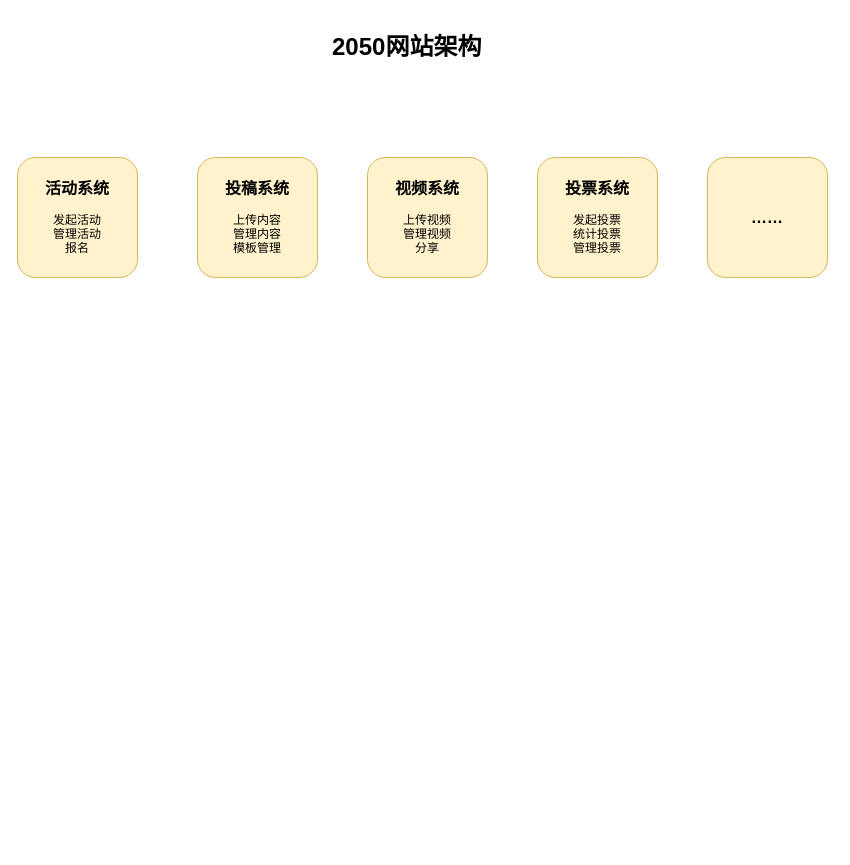
Before: docs/ProductDoc/2050网站架构.drawio in sunny0826/document, a draw.io diagram. Source tidied: cells renumbered, new cells numbered last; positions are measured from the earlier drawing's top-left corner, leaving out a move shared by most shapes. Both pictures are drawn from the tidied source at 100%, with x=0, y=0 at pixel (17, 27).
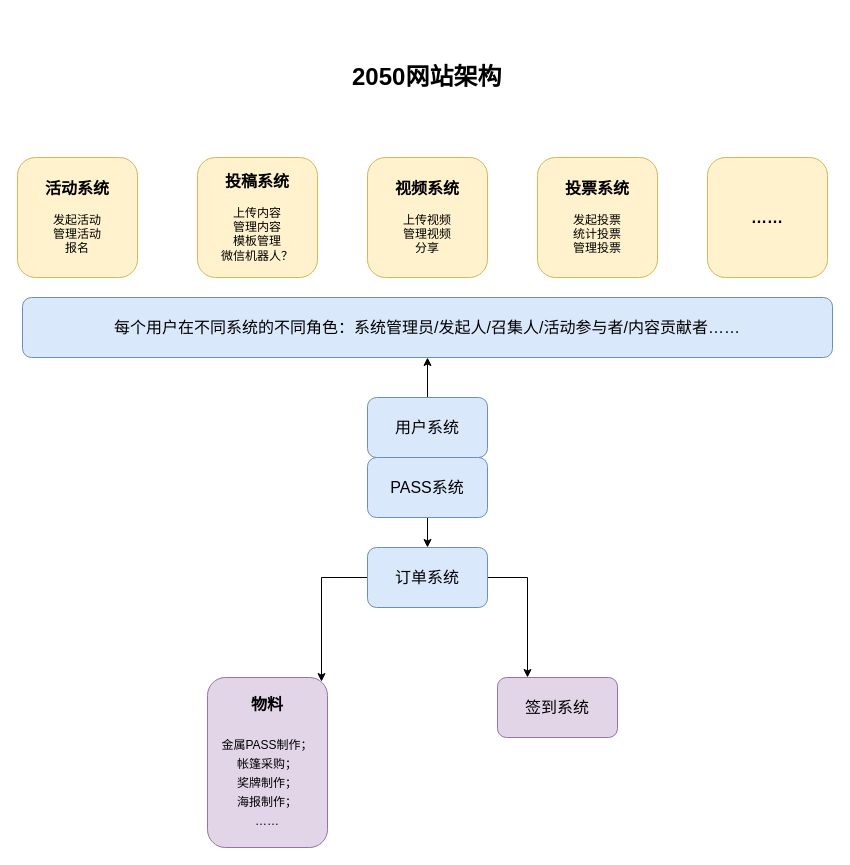
After the change.

Change to the diagram source:
```diff
@@
 <mxGraphModel>
   <root>
     <mxCell id="0" />
     <mxCell id="1" parent="0" />
     <mxCell id="2" value="&lt;h1&gt;2050网站架构&lt;/h1&gt;" style="text;html=1;strokeColor=none;fillColor=none;spacing=5;spacingTop=-20;whiteSpace=wrap;overflow=hidden;rounded=0;" parent="1" vertex="1">
-      <mxGeometry x="310" width="190" height="50" as="geometry" />
+      <mxGeometry x="330" y="30" width="190" height="50" as="geometry" />
     </mxCell>
     <mxCell id="3" value="&lt;font style=&quot;font-size: 16px&quot;&gt;&lt;b&gt;活动系统&lt;/b&gt;&lt;/font&gt;&lt;br&gt;&lt;br&gt;发起活动&lt;br&gt;管理活动&lt;br&gt;报名" style="rounded=1;whiteSpace=wrap;html=1;fillColor=#fff2cc;strokeColor=#d6b656;" parent="1" vertex="1">
       <mxGeometry y="130" width="120" height="120" as="geometry" />
     </mxCell>
-    <mxCell id="4" value="&lt;font style=&quot;font-size: 16px&quot;&gt;&lt;b&gt;投稿系统&lt;/b&gt;&lt;/font&gt;&lt;br&gt;&lt;br&gt;上传内容&lt;br&gt;管理内容&lt;br&gt;模板管理" style="rounded=1;whiteSpace=wrap;html=1;fillColor=#fff2cc;strokeColor=#d6b656;" parent="1" vertex="1">
+    <mxCell id="4" value="&lt;font style=&quot;font-size: 16px&quot;&gt;&lt;b&gt;投稿系统&lt;/b&gt;&lt;/font&gt;&lt;br&gt;&lt;br&gt;上传内容&lt;br&gt;管理内容&lt;br&gt;模板管理&lt;br&gt;微信机器人？" style="rounded=1;whiteSpace=wrap;html=1;fillColor=#fff2cc;strokeColor=#d6b656;" parent="1" vertex="1">
       <mxGeometry x="180" y="130" width="120" height="120" as="geometry" />
     </mxCell>
     <mxCell id="5" value="&lt;font style=&quot;font-size: 16px&quot;&gt;&lt;b&gt;视频系统&lt;/b&gt;&lt;/font&gt;&lt;br&gt;&lt;br&gt;上传视频&lt;br&gt;管理视频&lt;br&gt;分享" style="rounded=1;whiteSpace=wrap;html=1;fillColor=#fff2cc;strokeColor=#d6b656;" parent="1" vertex="1">
       <mxGeometry x="350" y="130" width="120" height="120" as="geometry" />
     </mxCell>
     <mxCell id="6" value="&lt;font style=&quot;font-size: 16px&quot;&gt;&lt;b&gt;投票系统&lt;/b&gt;&lt;/font&gt;&lt;br&gt;&lt;br&gt;发起投票&lt;br&gt;统计投票&lt;br&gt;管理投票" style="rounded=1;whiteSpace=wrap;html=1;fillColor=#fff2cc;strokeColor=#d6b656;" parent="1" vertex="1">
       <mxGeometry x="520" y="130" width="120" height="120" as="geometry" />
     </mxCell>
     <mxCell id="7" value="&lt;span style=&quot;font-size: 16px&quot;&gt;&lt;b&gt;……&lt;/b&gt;&lt;/span&gt;" style="rounded=1;whiteSpace=wrap;html=1;fillColor=#fff2cc;strokeColor=#d6b656;" parent="1" vertex="1">
       <mxGeometry x="690" y="130" width="120" height="120" as="geometry" />
     </mxCell>
+    <mxCell id="8" style="edgeStyle=orthogonalEdgeStyle;rounded=0;jettySize=auto;html=1;fontSize=12;endArrow=none;endFill=0;" parent="1" edge="1" source="10" target="12">
+      <mxGeometry relative="1" as="geometry" />
+    </mxCell>
+    <mxCell id="9" style="edgeStyle=orthogonalEdgeStyle;rounded=0;jettySize=auto;html=1;fontSize=12;endArrow=classic;endFill=1;" parent="1" edge="1" source="10" target="18">
+      <mxGeometry relative="1" as="geometry" />
+    </mxCell>
+    <mxCell id="10" value="用户系统" style="rounded=1;whiteSpace=wrap;html=1;fontSize=16;fillColor=#dae8fc;strokeColor=#6c8ebf;" parent="1" vertex="1">
+      <mxGeometry x="350" y="370" width="120" height="60" as="geometry" />
+    </mxCell>
+    <mxCell id="11" style="edgeStyle=orthogonalEdgeStyle;rounded=0;jettySize=auto;html=1;fontSize=12;" parent="1" edge="1" source="12" target="15">
+      <mxGeometry relative="1" as="geometry" />
+    </mxCell>
+    <mxCell id="12" value="PASS系统" style="rounded=1;whiteSpace=wrap;html=1;fontSize=16;fillColor=#dae8fc;strokeColor=#6c8ebf;" parent="1" vertex="1">
+      <mxGeometry x="350" y="430" width="120" height="60" as="geometry" />
+    </mxCell>
+    <mxCell id="13" style="edgeStyle=orthogonalEdgeStyle;rounded=0;jettySize=auto;html=1;entryX=0.95;entryY=0.024;entryDx=0;entryDy=0;entryPerimeter=0;fontSize=12;" parent="1" edge="1" source="15" target="16">
+      <mxGeometry relative="1" as="geometry" />
+    </mxCell>
+    <mxCell id="14" style="edgeStyle=orthogonalEdgeStyle;rounded=0;jettySize=auto;html=1;entryX=0.25;entryY=0;entryDx=0;entryDy=0;fontSize=12;" parent="1" edge="1" source="15" target="17">
+      <mxGeometry relative="1" as="geometry" />
+    </mxCell>
+    <mxCell id="15" value="订单系统" style="rounded=1;whiteSpace=wrap;html=1;fontSize=16;fillColor=#dae8fc;strokeColor=#6c8ebf;" parent="1" vertex="1">
+      <mxGeometry x="350" y="520" width="120" height="60" as="geometry" />
+    </mxCell>
+    <mxCell id="16" value="&lt;b&gt;物料&lt;/b&gt;&lt;br&gt;&lt;br style=&quot;font-size: 15px&quot;&gt;&lt;font style=&quot;font-size: 12px&quot;&gt;金属PASS制作；&lt;br&gt;帐篷采购；&lt;br&gt;奖牌制作；&lt;br&gt;海报制作；&lt;br&gt;……&lt;/font&gt;" style="rounded=1;whiteSpace=wrap;html=1;fontSize=16;fillColor=#e1d5e7;strokeColor=#9673a6;" parent="1" vertex="1">
+      <mxGeometry x="190" y="650" width="120" height="170" as="geometry" />
+    </mxCell>
+    <mxCell id="17" value="签到系统" style="rounded=1;whiteSpace=wrap;html=1;fontSize=16;fillColor=#e1d5e7;strokeColor=#9673a6;" parent="1" vertex="1">
+      <mxGeometry x="480" y="650" width="120" height="60" as="geometry" />
+    </mxCell>
+    <mxCell id="18" value="每个用户在不同系统的不同角色：系统管理员/发起人/召集人/活动参与者/内容贡献者……" style="rounded=1;whiteSpace=wrap;html=1;fontSize=16;fillColor=#dae8fc;strokeColor=#6c8ebf;" parent="1" vertex="1">
+      <mxGeometry x="5" y="270" width="810" height="60" as="geometry" />
+    </mxCell>
   </root>
 </mxGraphModel>
```
